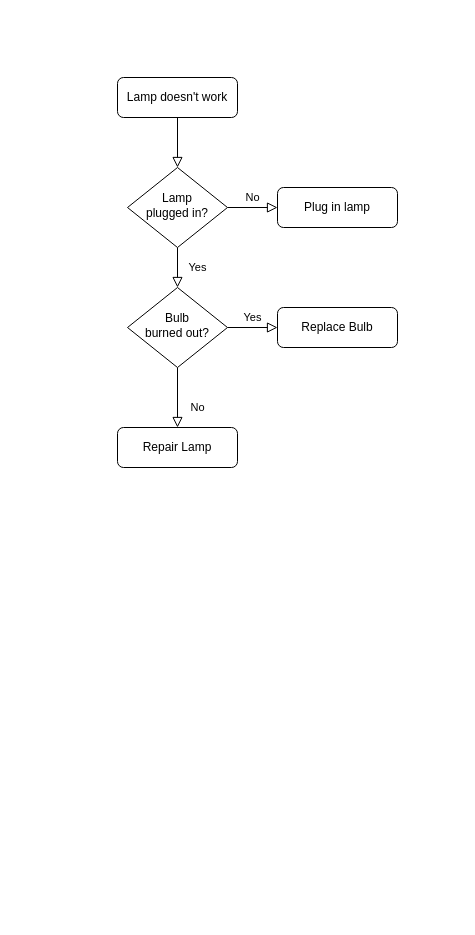
The draw.io diagram lambdas-uploader-存储函数.drawio in wangziling100/Diagram, before the edit. Source tidied: cells renumbered, new cells numbered last; positions are measured from the earlier drawing's top-left corner, leaving out a move shared by most shapes. Both pictures are drawn from the tidied source at 100%, with x=0, y=0 at pixel (117, 77).
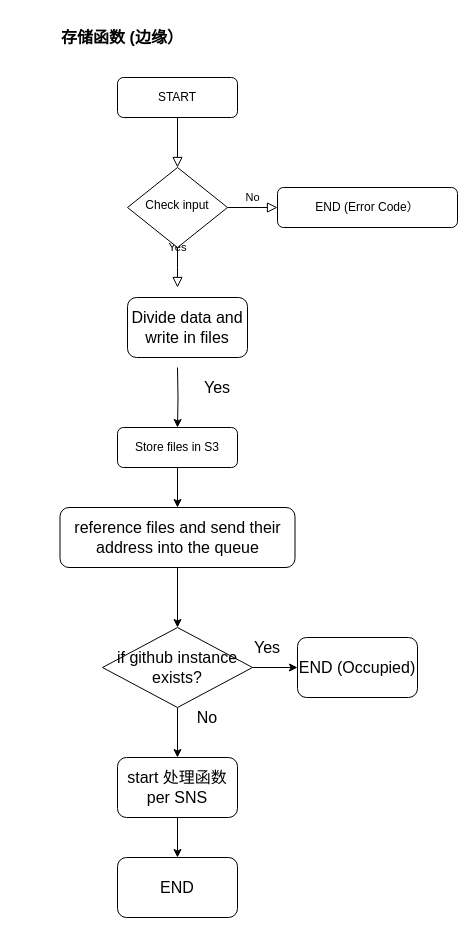
After the change.

Diff of the diagram source:
```diff
@@
-    <mxCell id="3" value="Lamp doesn't work" style="rounded=1;whiteSpace=wrap;html=1;fontSize=12;glass=0;strokeWidth=1;shadow=0;" parent="1" vertex="1">
+    <mxCell id="3" value="START" style="rounded=1;whiteSpace=wrap;html=1;fontSize=12;glass=0;strokeWidth=1;shadow=0;" parent="1" vertex="1">
       <mxGeometry width="120" height="40" as="geometry" />
     </mxCell>
-    <mxCell id="4" value="Yes" style="rounded=0;html=1;jettySize=auto;fontSize=11;endArrow=block;endFill=0;endSize=8;strokeWidth=1;shadow=0;labelBackgroundColor=none;edgeStyle=orthogonalEdgeStyle;" parent="1" edge="1" source="6" target="10">
-      <mxGeometry y="20" relative="1" as="geometry" />
+    <mxCell id="4" value="Yes" style="rounded=0;html=1;jettySize=auto;fontSize=11;endArrow=block;endFill=0;endSize=8;strokeWidth=1;shadow=0;labelBackgroundColor=none;edgeStyle=orthogonalEdgeStyle;" parent="1" edge="1" source="6">
+      <mxGeometry y="20" relative="1" as="geometry">
+        <mxPoint x="60" y="210" as="targetPoint" />
+      </mxGeometry>
     </mxCell>
@@
-    <mxCell id="6" value="Lamp&lt;br&gt;plugged in?" style="rhombus;whiteSpace=wrap;html=1;shadow=0;fontFamily=Helvetica;fontSize=12;align=center;strokeWidth=1;spacing=6;spacingTop=-4;" parent="1" vertex="1">
+    <mxCell id="6" value="Check input" style="rhombus;whiteSpace=wrap;html=1;shadow=0;fontFamily=Helvetica;fontSize=12;align=center;strokeWidth=1;spacing=6;spacingTop=-4;" parent="1" vertex="1">
       <mxGeometry x="10" y="90" width="100" height="80" as="geometry" />
     </mxCell>
-    <mxCell id="7" value="Plug in lamp" style="rounded=1;whiteSpace=wrap;html=1;fontSize=12;glass=0;strokeWidth=1;shadow=0;" parent="1" vertex="1">
-      <mxGeometry x="160" y="110" width="120" height="40" as="geometry" />
+    <mxCell id="7" value="END (Error Code）" style="rounded=1;whiteSpace=wrap;html=1;fontSize=12;glass=0;strokeWidth=1;shadow=0;" parent="1" vertex="1">
+      <mxGeometry x="160" y="110" width="180" height="40" as="geometry" />
     </mxCell>
+    <mxCell id="13" style="edgeStyle=orthogonalEdgeStyle;rounded=0;jettySize=auto;html=1;exitX=0.5;exitY=1;exitDx=0;exitDy=0;entryX=0.5;entryY=0;entryDx=0;entryDy=0;fontSize=16;" parent="1" edge="1" target="11">
+      <mxGeometry relative="1" as="geometry">
+        <mxPoint x="60" y="290" as="sourcePoint" />
+      </mxGeometry>
+    </mxCell>
+    <mxCell id="14" style="edgeStyle=orthogonalEdgeStyle;rounded=0;jettySize=auto;html=1;entryX=0.5;entryY=0;entryDx=0;entryDy=0;fontSize=16;" parent="1" edge="1" source="11" target="19">
+      <mxGeometry relative="1" as="geometry" />
+    </mxCell>
+    <mxCell id="11" value="Store files in S3" style="rounded=1;whiteSpace=wrap;html=1;fontSize=12;glass=0;strokeWidth=1;shadow=0;" parent="1" vertex="1">
+      <mxGeometry y="350" width="120" height="40" as="geometry" />
+    </mxCell>
+    <mxCell id="15" value="存储函数 (边缘）" style="text;html=1;strokeColor=none;fillColor=none;align=center;verticalAlign=middle;whiteSpace=wrap;rounded=0;fontSize=16;fontStyle=1;" parent="1" vertex="1">
+      <mxGeometry x="-100" y="-60" width="210" height="40" as="geometry" />
+    </mxCell>
+    <mxCell id="16" value="Yes" style="text;html=1;strokeColor=none;fillColor=none;align=center;verticalAlign=middle;whiteSpace=wrap;rounded=0;fontSize=16;" parent="1" vertex="1">
+      <mxGeometry x="80" y="300" width="40" height="20" as="geometry" />
+    </mxCell>
+    <mxCell id="17" value="Divide data and write in files" style="rounded=1;whiteSpace=wrap;html=1;fontSize=16;" parent="1" vertex="1">
+      <mxGeometry x="10" y="220" width="120" height="60" as="geometry" />
+    </mxCell>
+    <mxCell id="18" style="edgeStyle=orthogonalEdgeStyle;rounded=0;jettySize=auto;html=1;fontSize=16;" parent="1" edge="1" source="19" target="22">
+      <mxGeometry relative="1" as="geometry" />
+    </mxCell>
+    <mxCell id="19" value="reference files and send their address into the queue" style="rounded=1;whiteSpace=wrap;html=1;fontSize=16;" parent="1" vertex="1">
+      <mxGeometry x="-57.5" y="430" width="235" height="60" as="geometry" />
+    </mxCell>
+    <mxCell id="20" style="edgeStyle=orthogonalEdgeStyle;rounded=0;jettySize=auto;html=1;fontSize=16;" parent="1" edge="1" source="22" target="24">
+      <mxGeometry relative="1" as="geometry" />
+    </mxCell>
+    <mxCell id="21" style="edgeStyle=orthogonalEdgeStyle;rounded=0;jettySize=auto;html=1;fontSize=16;" parent="1" edge="1" source="22" target="25">
+      <mxGeometry relative="1" as="geometry" />
+    </mxCell>
+    <mxCell id="22" value="if github instance exists?" style="rhombus;whiteSpace=wrap;html=1;fontSize=16;" parent="1" vertex="1">
+      <mxGeometry x="-15" y="550" width="150" height="80" as="geometry" />
+    </mxCell>
+    <mxCell id="23" style="edgeStyle=orthogonalEdgeStyle;rounded=0;jettySize=auto;html=1;exitX=0.5;exitY=1;exitDx=0;exitDy=0;fontSize=16;" parent="1" edge="1" source="24" target="27">
+      <mxGeometry relative="1" as="geometry" />
+    </mxCell>
+    <mxCell id="24" value="start 处理函数 per SNS" style="rounded=1;whiteSpace=wrap;html=1;fontSize=16;" parent="1" vertex="1">
+      <mxGeometry y="680" width="120" height="60" as="geometry" />
+    </mxCell>
+    <mxCell id="25" value="END (Occupied)" style="rounded=1;whiteSpace=wrap;html=1;fontSize=16;" parent="1" vertex="1">
+      <mxGeometry x="180" y="560" width="120" height="60" as="geometry" />
+    </mxCell>
-    <mxCell id="8" value="No" style="rounded=0;html=1;jettySize=auto;fontSize=11;endArrow=block;endFill=0;endSize=8;strokeWidth=1;shadow=0;labelBackgroundColor=none;edgeStyle=orthogonalEdgeStyle;" parent="1" edge="1" source="10" target="11">
-      <mxGeometry x="0.33" y="20" relative="1" as="geometry" />
+    <mxCell id="8" value="No" style="text;html=1;strokeColor=none;fillColor=none;align=center;verticalAlign=middle;whiteSpace=wrap;rounded=0;fontSize=16;" parent="1" vertex="1">
+      <mxGeometry x="70" y="630" width="40" height="20" as="geometry" />
     </mxCell>
-    <mxCell id="9" value="Yes" style="edgeStyle=orthogonalEdgeStyle;rounded=0;html=1;jettySize=auto;fontSize=11;endArrow=block;endFill=0;endSize=8;strokeWidth=1;shadow=0;labelBackgroundColor=none;" parent="1" edge="1" source="10" target="12">
-      <mxGeometry y="10" relative="1" as="geometry" />
-    </mxCell>
-    <mxCell id="10" value="Bulb&lt;br&gt;burned out?" style="rhombus;whiteSpace=wrap;html=1;shadow=0;fontFamily=Helvetica;fontSize=12;align=center;strokeWidth=1;spacing=6;spacingTop=-4;" parent="1" vertex="1">
-      <mxGeometry x="10" y="210" width="100" height="80" as="geometry" />
-    </mxCell>
-    <mxCell id="11" value="Repair Lamp" style="rounded=1;whiteSpace=wrap;html=1;fontSize=12;glass=0;strokeWidth=1;shadow=0;" parent="1" vertex="1">
-      <mxGeometry y="350" width="120" height="40" as="geometry" />
-    </mxCell>
-    <mxCell id="12" value="Replace Bulb" style="rounded=1;whiteSpace=wrap;html=1;fontSize=12;glass=0;strokeWidth=1;shadow=0;" parent="1" vertex="1">
-      <mxGeometry x="160" y="230" width="120" height="40" as="geometry" />
-    </mxCell>
+    <mxCell id="26" value="Yes" style="text;html=1;strokeColor=none;fillColor=none;align=center;verticalAlign=middle;whiteSpace=wrap;rounded=0;fontSize=16;" parent="1" vertex="1">
+      <mxGeometry x="130" y="560" width="40" height="20" as="geometry" />
+    </mxCell>
+    <mxCell id="27" value="END" style="rounded=1;whiteSpace=wrap;html=1;fontSize=16;" parent="1" vertex="1">
+      <mxGeometry y="780" width="120" height="60" as="geometry" />
+    </mxCell>
```
